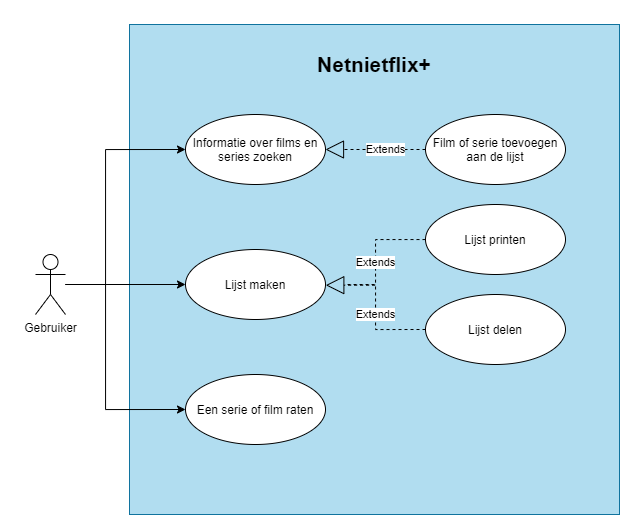
Above: Diagrams/Usecase_diagram.png in TeaDrinkingProgrammer/NetNietFlix (draw.io), before the change. Source tidied: cells renumbered, new cells last; positions are measured from the earlier drawing's top-left corner, leaving out a move shared by most shapes.
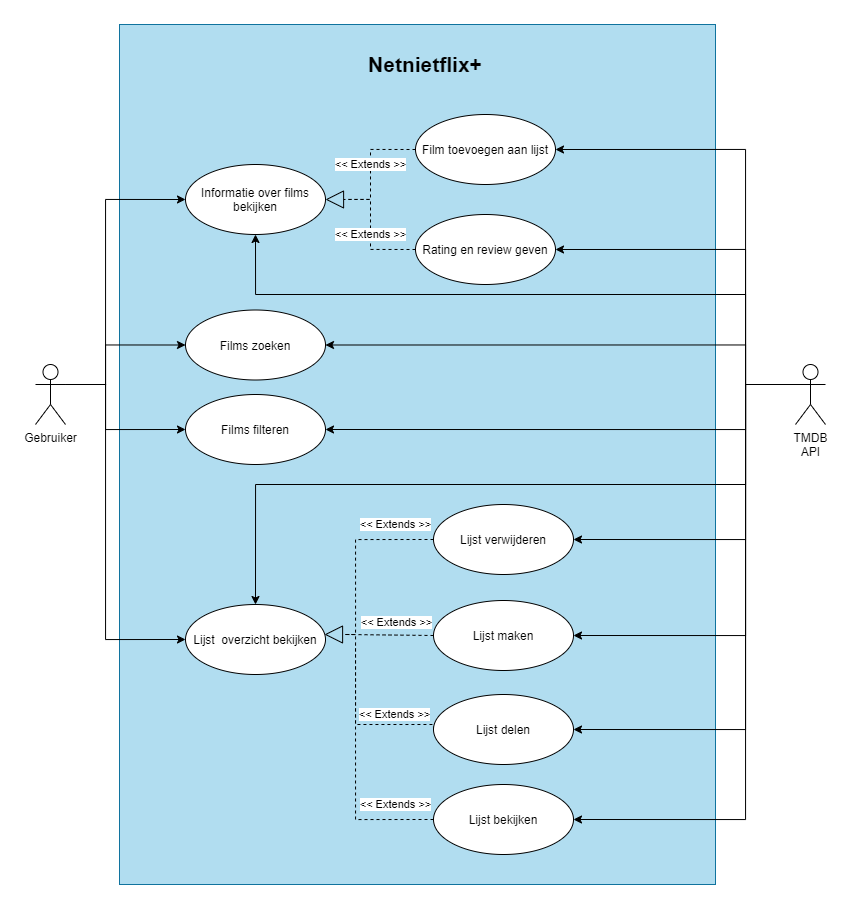
After the change.

Change to the diagram source:
```diff
@@ -2,73 +2,227 @@
   <root>
     <mxCell id="0" />
     <mxCell id="1" parent="0" />
-    <mxCell id="2" style="whiteSpace=wrap;html=1;fillColor=#b1ddf0;strokeColor=#10739e;" parent="1" vertex="1">
-      <mxGeometry x="94" width="490" height="490" as="geometry" />
-    </mxCell>
-    <mxCell id="3" style="edgeStyle=orthogonalEdgeStyle;rounded=0;jettySize=auto;html=1;endArrow=classic;endFill=1;" parent="1" edge="1" source="4" target="7">
-      <mxGeometry relative="1" as="geometry" />
-    </mxCell>
+    <mxCell id="17" style="whiteSpace=wrap;html=1;fillColor=#b1ddf0;strokeColor=#10739e;" parent="1" vertex="1">
+      <mxGeometry x="4" y="910" width="596" height="860" as="geometry" />
+    </mxCell>
     <mxCell id="4" value="Gebruiker" style="shape=umlActor;verticalLabelPosition=bottom;verticalAlign=top;html=1;outlineConnect=0;" parent="1" vertex="1">
-      <mxGeometry y="230" width="30" height="60" as="geometry" />
+      <mxGeometry x="-80" y="1250" width="30" height="60" as="geometry" />
     </mxCell>
+    <mxCell id="18" value="TMDB&lt;br&gt;API" style="shape=umlActor;verticalLabelPosition=bottom;verticalAlign=top;html=1;outlineConnect=0;" parent="1" vertex="1">
+      <mxGeometry x="680" y="1250" width="30" height="60" as="geometry" />
+    </mxCell>
     <mxCell id="5" value="&lt;b&gt;&lt;font style=&quot;font-size: 21px&quot;&gt;Netnietflix+&lt;/font&gt;&lt;/b&gt;" style="text;html=1;strokeColor=none;fillColor=none;align=center;verticalAlign=middle;whiteSpace=wrap;rounded=0;" parent="1" vertex="1">
-      <mxGeometry x="319" y="30" width="40" height="20" as="geometry" />
+      <mxGeometry x="290" y="940" width="40" height="20" as="geometry" />
     </mxCell>
-    <mxCell id="6" value="Informatie over films en series zoeken" style="ellipse;whiteSpace=wrap;html=1;" parent="1" vertex="1">
-      <mxGeometry x="150" y="90" width="140" height="70" as="geometry" />
-    </mxCell>
+    <mxCell id="19" value="Rating en review geven" style="ellipse;whiteSpace=wrap;html=1;" parent="1" vertex="1">
+      <mxGeometry x="300" y="1100" width="140" height="70" as="geometry" />
+    </mxCell>
+    <mxCell id="20" value="Film toevoegen aan lijst" style="ellipse;whiteSpace=wrap;html=1;" parent="1" vertex="1">
+      <mxGeometry x="300" y="1000" width="140" height="70" as="geometry" />
+    </mxCell>
+    <mxCell id="21" value="Informatie over films bekijken" style="ellipse;whiteSpace=wrap;html=1;" parent="1" vertex="1">
+      <mxGeometry x="70" y="1050" width="140" height="70" as="geometry" />
+    </mxCell>
+    <mxCell id="22" style="endArrow=classic;html=1;entryX=0;entryY=0.5;entryDx=0;entryDy=0;edgeStyle=orthogonalEdgeStyle;rounded=0;" parent="1" edge="1" source="4" target="21">
+      <mxGeometry relative="1" as="geometry">
+        <Array as="points">
+          <mxPoint x="-10" y="1270" />
+          <mxPoint x="-10" y="1085" />
+        </Array>
+      </mxGeometry>
+    </mxCell>
+    <mxCell id="23" value="&amp;lt;&amp;lt; Extends &amp;gt;&amp;gt;" style="endArrow=none;endSize=16;endFill=0;html=1;dashed=1;rounded=0;exitX=0;exitY=0.5;exitDx=0;exitDy=0;edgeStyle=orthogonalEdgeStyle;" parent="1" edge="1">
+      <mxGeometry x="-0.53" y="-10" relative="1" as="geometry">
+        <mxPoint x="318" y="1615" as="sourcePoint" />
+        <mxPoint x="230" y="1520" as="targetPoint" />
+        <Array as="points">
+          <mxPoint x="318" y="1610" />
+          <mxPoint x="240" y="1610" />
+          <mxPoint x="240" y="1520" />
+        </Array>
+      </mxGeometry>
+    </mxCell>
+    <mxCell id="24" value="&amp;lt;&amp;lt; Extends &amp;gt;&amp;gt;" style="endArrow=block;endSize=16;endFill=0;html=1;dashed=1;edgeStyle=orthogonalEdgeStyle;rounded=0;exitX=0;exitY=0.5;exitDx=0;exitDy=0;" parent="1" edge="1">
+      <mxGeometry x="-0.63" y="-15" relative="1" as="geometry">
+        <mxPoint x="318" y="1425" as="sourcePoint" />
+        <mxPoint x="209" y="1520" as="targetPoint" />
+        <Array as="points">
+          <mxPoint x="240" y="1425" />
+          <mxPoint x="240" y="1520" />
+        </Array>
+      </mxGeometry>
+    </mxCell>
+    <mxCell id="25" value="&amp;lt;&amp;lt; Extends &amp;gt;&amp;gt;" style="endArrow=none;endSize=16;endFill=0;html=1;dashed=1;rounded=0;exitX=0;exitY=0.5;exitDx=0;exitDy=0;" parent="1" edge="1">
+      <mxGeometry x="-0.15" y="-13" relative="1" as="geometry">
+        <mxPoint x="318" y="1521" as="sourcePoint" />
+        <mxPoint x="230" y="1520" as="targetPoint" />
+      </mxGeometry>
+    </mxCell>
+    <mxCell id="26" value="&amp;lt;&amp;lt; Extends &amp;gt;&amp;gt;" style="endArrow=none;endSize=16;endFill=0;html=1;dashed=1;rounded=0;exitX=0;exitY=0.5;exitDx=0;exitDy=0;edgeStyle=orthogonalEdgeStyle;" parent="1" edge="1">
+      <mxGeometry x="-0.7" y="-15" relative="1" as="geometry">
+        <mxPoint x="318" y="1705" as="sourcePoint" />
+        <mxPoint x="240" y="1530" as="targetPoint" />
+        <Array as="points">
+          <mxPoint x="240" y="1705" />
+        </Array>
+      </mxGeometry>
+    </mxCell>
+    <mxCell id="27" value="Films zoeken" style="ellipse;whiteSpace=wrap;html=1;" parent="1" vertex="1">
+      <mxGeometry x="70" y="1195.5" width="140" height="70" as="geometry" />
+    </mxCell>
+    <mxCell id="28" value="Films filteren" style="ellipse;whiteSpace=wrap;html=1;" parent="1" vertex="1">
+      <mxGeometry x="70" y="1280" width="140" height="70" as="geometry" />
+    </mxCell>
+    <mxCell id="29" value="&amp;lt;&amp;lt; Extends &amp;gt;&amp;gt;" style="endArrow=block;endSize=16;endFill=0;html=1;dashed=1;rounded=0;exitX=0;exitY=0.5;exitDx=0;exitDy=0;entryX=1;entryY=0.5;entryDx=0;entryDy=0;edgeStyle=orthogonalEdgeStyle;" parent="1" edge="1" source="20" target="21">
+      <mxGeometry x="-0.36" y="15" relative="1" as="geometry">
+        <mxPoint x="-15" y="15" as="offset" />
+      </mxGeometry>
+    </mxCell>
+    <mxCell id="30" value="&amp;lt;&amp;lt; Extends &amp;gt;&amp;gt;" style="endArrow=none;endSize=16;endFill=0;html=1;dashed=1;rounded=0;exitX=0;exitY=0.5;exitDx=0;exitDy=0;edgeStyle=orthogonalEdgeStyle;" parent="1" edge="1" source="19">
+      <mxGeometry x="-0.25" y="-15" relative="1" as="geometry">
+        <mxPoint x="230" y="1085" as="targetPoint" />
+        <Array as="points">
+          <mxPoint x="255" y="1135" />
+          <mxPoint x="255" y="1085" />
+          <mxPoint x="230" y="1085" />
+        </Array>
+        <mxPoint x="-15" y="-15" as="offset" />
+      </mxGeometry>
+    </mxCell>
+    <mxCell id="31" style="endArrow=classic;html=1;entryX=0;entryY=0.5;entryDx=0;entryDy=0;rounded=0;exitX=1;exitY=0.3333333333333333;exitDx=0;exitDy=0;exitPerimeter=0;edgeStyle=orthogonalEdgeStyle;" parent="1" edge="1" source="4" target="27">
+      <mxGeometry relative="1" as="geometry">
+        <Array as="points">
+          <mxPoint x="-10" y="1270" />
+          <mxPoint x="-10" y="1230" />
+        </Array>
+      </mxGeometry>
+    </mxCell>
+    <mxCell id="32" style="endArrow=classic;html=1;entryX=0;entryY=0.5;entryDx=0;entryDy=0;rounded=0;exitX=1;exitY=0.3333333333333333;exitDx=0;exitDy=0;exitPerimeter=0;edgeStyle=orthogonalEdgeStyle;" parent="1" edge="1" source="4" target="28">
+      <mxGeometry relative="1" as="geometry">
+        <Array as="points">
+          <mxPoint x="-10" y="1270" />
+          <mxPoint x="-10" y="1315" />
+        </Array>
+      </mxGeometry>
+    </mxCell>
+    <mxCell id="33" value="Lijst&amp;nbsp; overzicht bekijken" style="ellipse;whiteSpace=wrap;html=1;" parent="1" vertex="1">
+      <mxGeometry x="70" y="1490" width="140" height="70" as="geometry" />
+    </mxCell>
+    <mxCell id="34" value="Lijst verwijderen" style="ellipse;whiteSpace=wrap;html=1;" parent="1" vertex="1">
+      <mxGeometry x="318" y="1390" width="140" height="70" as="geometry" />
+    </mxCell>
     <mxCell id="7" value="Lijst maken" style="ellipse;whiteSpace=wrap;html=1;" parent="1" vertex="1">
-      <mxGeometry x="150" y="225" width="140" height="70" as="geometry" />
+      <mxGeometry x="318" y="1486" width="140" height="70" as="geometry" />
     </mxCell>
     <mxCell id="8" value="Lijst delen" style="ellipse;whiteSpace=wrap;html=1;" parent="1" vertex="1">
-      <mxGeometry x="390" y="270" width="140" height="70" as="geometry" />
+      <mxGeometry x="318" y="1580" width="140" height="70" as="geometry" />
     </mxCell>
-    <mxCell id="9" value="Lijst printen" style="ellipse;whiteSpace=wrap;html=1;" parent="1" vertex="1">
-      <mxGeometry x="390" y="180" width="140" height="70" as="geometry" />
-    </mxCell>
-    <mxCell id="10" value="Extends" style="endArrow=block;endSize=16;endFill=0;html=1;dashed=1;edgeStyle=orthogonalEdgeStyle;entryX=1.002;entryY=0.51;entryDx=0;entryDy=0;entryPerimeter=0;rounded=0;" parent="1" edge="1" source="9" target="7">
-      <mxGeometry relative="1" as="geometry">
-        <Array as="points">
-          <mxPoint x="340" y="215" />
-          <mxPoint x="340" y="261" />
-        </Array>
-      </mxGeometry>
-    </mxCell>
-    <mxCell id="11" value="Film of serie toevoegen aan de lijst" style="ellipse;whiteSpace=wrap;html=1;" parent="1" vertex="1">
-      <mxGeometry x="390" y="90" width="140" height="70" as="geometry" />
-    </mxCell>
-    <mxCell id="12" value="Extends" style="endArrow=block;endSize=16;endFill=0;html=1;entryX=1;entryY=0.5;entryDx=0;entryDy=0;exitX=0;exitY=0.5;exitDx=0;exitDy=0;dashed=1;" parent="1" edge="1" source="11" target="6">
-      <mxGeometry x="-0.2" relative="1" as="geometry" />
-    </mxCell>
-    <mxCell id="13" value="Een serie of film raten" style="ellipse;whiteSpace=wrap;html=1;" parent="1" vertex="1">
-      <mxGeometry x="150" y="350" width="140" height="70" as="geometry" />
-    </mxCell>
-    <mxCell id="14" style="endArrow=classic;html=1;entryX=0;entryY=0.5;entryDx=0;entryDy=0;edgeStyle=orthogonalEdgeStyle;rounded=0;" parent="1" edge="1" target="6">
-      <mxGeometry relative="1" as="geometry">
-        <mxPoint x="30" y="260" as="sourcePoint" />
-        <Array as="points">
-          <mxPoint x="70" y="260" />
-          <mxPoint x="70" y="125" />
-        </Array>
-      </mxGeometry>
-    </mxCell>
-    <mxCell id="15" style="endArrow=classic;html=1;entryX=0;entryY=0.5;entryDx=0;entryDy=0;rounded=0;edgeStyle=orthogonalEdgeStyle;" parent="1" edge="1" target="13">
-      <mxGeometry relative="1" as="geometry">
-        <mxPoint x="30" y="260" as="sourcePoint" />
-        <Array as="points">
-          <mxPoint x="70" y="260" />
-          <mxPoint x="70" y="385" />
-        </Array>
-      </mxGeometry>
-    </mxCell>
-    <mxCell id="16" value="Extends" style="endArrow=none;endSize=16;endFill=0;html=1;dashed=1;edgeStyle=orthogonalEdgeStyle;rounded=0;exitX=0;exitY=0.5;exitDx=0;exitDy=0;" parent="1" edge="1" source="8">
-      <mxGeometry x="0.03" relative="1" as="geometry">
-        <mxPoint x="310" y="260" as="targetPoint" />
-        <Array as="points">
-          <mxPoint x="340" y="305" />
-          <mxPoint x="340" y="260" />
-        </Array>
-      </mxGeometry>
-    </mxCell>
+    <mxCell id="35" value="Lijst bekijken" style="ellipse;whiteSpace=wrap;html=1;" parent="1" vertex="1">
+      <mxGeometry x="318" y="1670" width="140" height="70" as="geometry" />
+    </mxCell>
+    <mxCell id="36" style="endArrow=classic;html=1;entryX=0;entryY=0.5;entryDx=0;entryDy=0;rounded=0;edgeStyle=orthogonalEdgeStyle;exitX=1;exitY=0.3333333333333333;exitDx=0;exitDy=0;exitPerimeter=0;" parent="1" edge="1" source="4" target="33">
+      <mxGeometry relative="1" as="geometry">
+        <Array as="points">
+          <mxPoint x="-10" y="1270" />
+          <mxPoint x="-10" y="1525" />
+        </Array>
+      </mxGeometry>
+    </mxCell>
+    <mxCell id="37" style="endArrow=classic;html=1;exitX=0;exitY=0.3333333333333333;exitDx=0;exitDy=0;exitPerimeter=0;entryX=1;entryY=0.5;entryDx=0;entryDy=0;rounded=0;edgeStyle=orthogonalEdgeStyle;" parent="1" edge="1" source="18" target="20">
+      <mxGeometry relative="1" as="geometry">
+        <Array as="points">
+          <mxPoint x="630" y="1270" />
+          <mxPoint x="630" y="1035" />
+        </Array>
+      </mxGeometry>
+    </mxCell>
+    <mxCell id="38" style="endArrow=classic;html=1;exitX=0;exitY=0.3333333333333333;exitDx=0;exitDy=0;exitPerimeter=0;entryX=1;entryY=0.5;entryDx=0;entryDy=0;edgeStyle=orthogonalEdgeStyle;rounded=0;" parent="1" edge="1" source="18" target="19">
+      <mxGeometry relative="1" as="geometry">
+        <Array as="points">
+          <mxPoint x="630" y="1270" />
+          <mxPoint x="630" y="1135" />
+        </Array>
+      </mxGeometry>
+    </mxCell>
+    <mxCell id="39" style="endArrow=classic;html=1;exitX=0;exitY=0.3333333333333333;exitDx=0;exitDy=0;exitPerimeter=0;entryX=0.5;entryY=1;entryDx=0;entryDy=0;edgeStyle=orthogonalEdgeStyle;rounded=0;" parent="1" edge="1" source="18" target="21">
+      <mxGeometry relative="1" as="geometry">
+        <Array as="points">
+          <mxPoint x="630" y="1270" />
+          <mxPoint x="630" y="1180" />
+          <mxPoint x="140" y="1180" />
+        </Array>
+      </mxGeometry>
+    </mxCell>
+    <mxCell id="40" style="endArrow=classic;html=1;entryX=1;entryY=0.5;entryDx=0;entryDy=0;rounded=0;edgeStyle=orthogonalEdgeStyle;" parent="1" edge="1" target="27">
+      <mxGeometry relative="1" as="geometry">
+        <mxPoint x="680" y="1270" as="sourcePoint" />
+        <Array as="points">
+          <mxPoint x="680" y="1270" />
+          <mxPoint x="630" y="1270" />
+          <mxPoint x="630" y="1230" />
+        </Array>
+      </mxGeometry>
+    </mxCell>
+    <mxCell id="41" style="endArrow=classic;html=1;entryX=1;entryY=0.5;entryDx=0;entryDy=0;rounded=0;edgeStyle=orthogonalEdgeStyle;" parent="1" edge="1" target="28">
+      <mxGeometry relative="1" as="geometry">
+        <mxPoint x="670" y="1270" as="sourcePoint" />
+        <Array as="points">
+          <mxPoint x="670" y="1270" />
+          <mxPoint x="630" y="1270" />
+          <mxPoint x="630" y="1315" />
+        </Array>
+      </mxGeometry>
+    </mxCell>
+    <mxCell id="42" style="endArrow=classic;html=1;entryX=1;entryY=0.5;entryDx=0;entryDy=0;rounded=0;edgeStyle=orthogonalEdgeStyle;" parent="1" edge="1" target="34">
+      <mxGeometry relative="1" as="geometry">
+        <mxPoint x="670" y="1270" as="sourcePoint" />
+        <Array as="points">
+          <mxPoint x="670" y="1270" />
+          <mxPoint x="630" y="1270" />
+          <mxPoint x="630" y="1425" />
+        </Array>
+      </mxGeometry>
+    </mxCell>
+    <mxCell id="43" style="endArrow=classic;html=1;entryX=1;entryY=0.5;entryDx=0;entryDy=0;rounded=0;edgeStyle=orthogonalEdgeStyle;" parent="1" edge="1" target="7">
+      <mxGeometry relative="1" as="geometry">
+        <mxPoint x="680" y="1270" as="sourcePoint" />
+        <Array as="points">
+          <mxPoint x="680" y="1270" />
+          <mxPoint x="630" y="1270" />
+          <mxPoint x="630" y="1521" />
+        </Array>
+      </mxGeometry>
+    </mxCell>
+    <mxCell id="44" style="endArrow=classic;html=1;entryX=1;entryY=0.5;entryDx=0;entryDy=0;rounded=0;edgeStyle=orthogonalEdgeStyle;" parent="1" edge="1" target="8">
+      <mxGeometry relative="1" as="geometry">
+        <mxPoint x="690" y="1270" as="sourcePoint" />
+        <Array as="points">
+          <mxPoint x="690" y="1270" />
+          <mxPoint x="630" y="1270" />
+          <mxPoint x="630" y="1615" />
+        </Array>
+      </mxGeometry>
+    </mxCell>
+    <mxCell id="45" style="endArrow=classic;html=1;entryX=1;entryY=0.5;entryDx=0;entryDy=0;rounded=0;edgeStyle=orthogonalEdgeStyle;" parent="1" edge="1" target="35">
+      <mxGeometry relative="1" as="geometry">
+        <mxPoint x="690" y="1270" as="sourcePoint" />
+        <Array as="points">
+          <mxPoint x="700" y="1270" />
+          <mxPoint x="630" y="1270" />
+          <mxPoint x="630" y="1705" />
+        </Array>
+      </mxGeometry>
+    </mxCell>
+    <mxCell id="46" style="endArrow=classic;html=1;entryX=0.5;entryY=0;entryDx=0;entryDy=0;rounded=0;edgeStyle=orthogonalEdgeStyle;" parent="1" edge="1" target="33">
+      <mxGeometry relative="1" as="geometry">
+        <mxPoint x="680" y="1270" as="sourcePoint" />
+        <Array as="points">
+          <mxPoint x="680" y="1270" />
+          <mxPoint x="630" y="1270" />
+          <mxPoint x="630" y="1370" />
+          <mxPoint x="140" y="1370" />
+        </Array>
+      </mxGeometry>
+    </mxCell>
   </root>
 </mxGraphModel>
```
